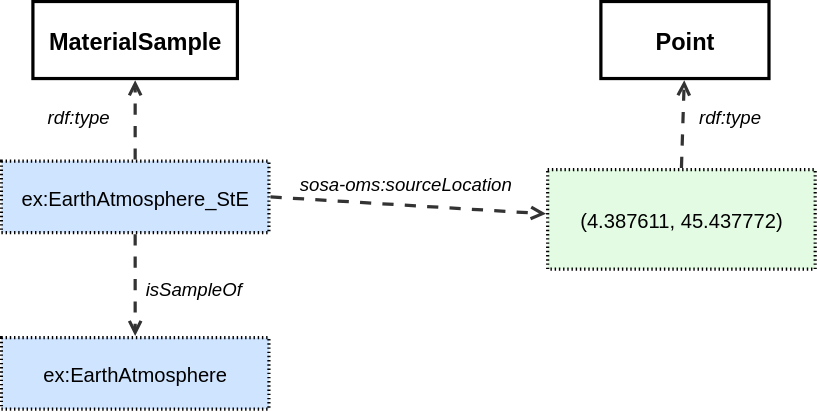
The draw.io diagram ssn/images/LocatedSample.svg in w3c/sdw-sosa-ssn, before a commit. Source tidied: cells renumbered, new cells last; positions are measured from the earlier drawing's top-left corner, leaving out a move shared by most shapes.
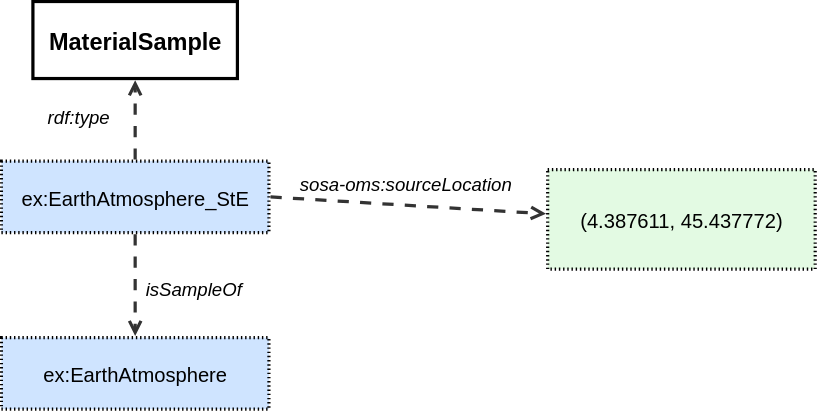
The same diagram one commit later.

Commit message:
sf:Point (there is no geo:Point)

Change to the diagram source:
```diff
@@ -23,15 +23,6 @@
     <mxCell id="8" value="sosa-oms:sourceLocation" style="html=1;overflow=block;blockSpacing=1;whiteSpace=wrap;fontSize=13.3;fontStyle=2;align=left;spacing=3.8;verticalAlign=top;strokeColor=none;fillOpacity=0;fillColor=#ffffff;dashed=1;fixDash=1;dashPattern=16 6;strokeWidth=0;lucidId=0ZtLjIqilOCG;fontColor=default;convertToSvg=1;fontFamily=Helvetica;" parent="1" vertex="1">
       <mxGeometry x="210" y="120" width="101" height="24" as="geometry" />
     </mxCell>
-    <mxCell id="9" value="Point" style="html=1;overflow=block;blockSpacing=1;whiteSpace=wrap;fontSize=16.8;fontColor=default;fontStyle=1;align=center;spacing=0;strokeOpacity=100;fillOpacity=0;fillColor=#000000;strokeWidth=2.3;convertToSvg=1;fontFamily=Helvetica;" parent="1" vertex="1">
-      <mxGeometry x="428" width="120" height="55" as="geometry" />
-    </mxCell>
-    <mxCell id="10" style="html=1;jettySize=18;whiteSpace=wrap;fontSize=13;strokeColor=#333333;strokeOpacity=100;dashed=1;fixDash=1;dashPattern=8 8;strokeWidth=2.3;rounded=0;startArrow=none;endArrow=open;exitX=0.5;exitY=-0.016;exitPerimeter=0;entryX=0.496;entryY=1.021;entryPerimeter=0;lucidId=P2tL9udR5Qlz;fontColor=default;convertToSvg=1;fontFamily=Helvetica;" parent="1" edge="1" source="6" target="9">
-      <mxGeometry relative="1" as="geometry" />
-    </mxCell>
-    <mxCell id="11" value="rdf:type" style="html=1;overflow=block;blockSpacing=1;whiteSpace=wrap;fontSize=13.3;fontStyle=2;align=left;spacing=3.8;verticalAlign=top;strokeColor=none;fillOpacity=0;fillColor=#ffffff;dashed=1;fixDash=1;dashPattern=16 6;strokeWidth=0;lucidId=P2tLiGQ9.Ah0;fontColor=default;convertToSvg=1;fontFamily=Helvetica;" parent="1" vertex="1">
-      <mxGeometry x="495" y="72" width="70" height="28" as="geometry" />
-    </mxCell>
     <mxCell id="12" value="&lt;font&gt;ex:EarthAtmosphere&lt;/font&gt;" style="html=1;overflow=block;blockSpacing=1;whiteSpace=wrap;fontSize=14.4;fontFamily=Helvetica;fontColor=default;align=center;spacing=0;strokeOpacity=100;fillOpacity=100;fillColor=#cfe4ff;dashed=1;fixDash=1;dashPattern=1 2;strokeWidth=2.3;convertToSvg=1;" parent="1" vertex="1">
       <mxGeometry y="240" width="191" height="51" as="geometry" />
     </mxCell>
```
